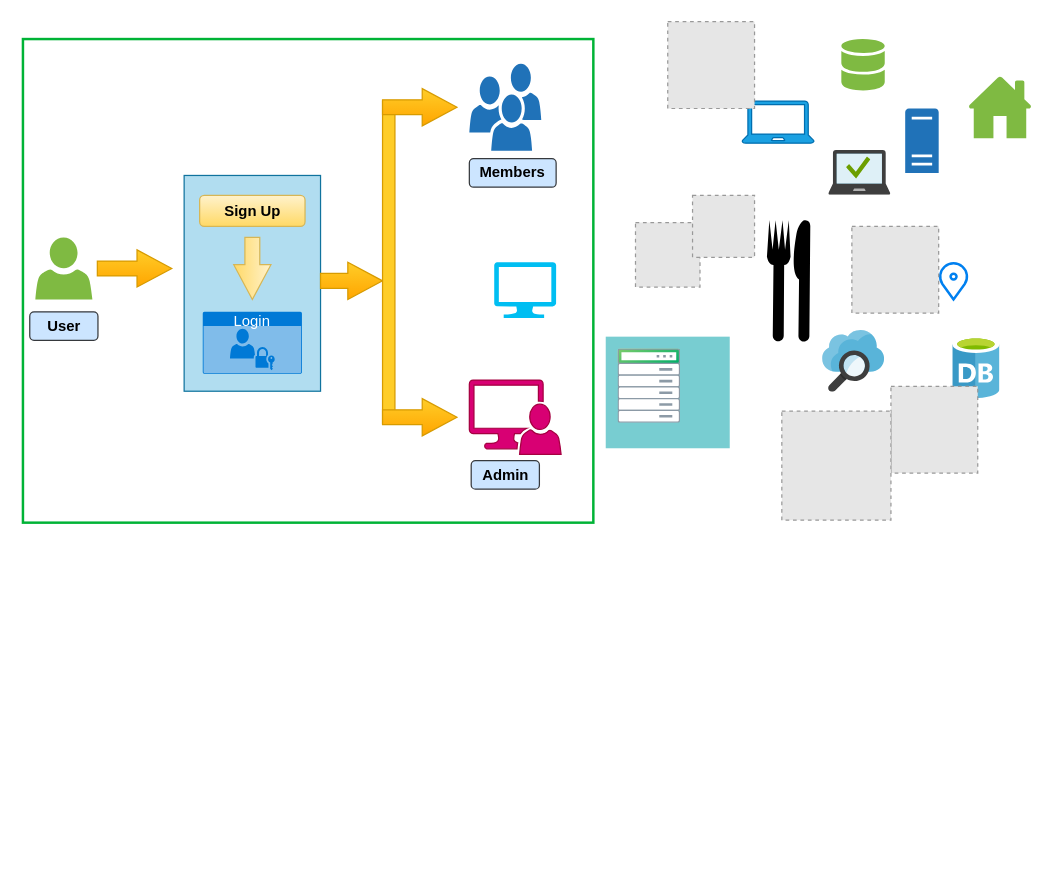
Earlier version of the draw.io diagram diagram.drawio (EkraBD/MyRep2). Source tidied: cells renumbered, new cells numbered last; positions are measured from the earlier drawing's top-left corner, leaving out a move shared by most shapes. Both pictures are drawn from the tidied source at 124%, with x=0, y=0 at pixel (22, 21). Pictures stored in the file or linked from it are replaced by grey dashed boxes.
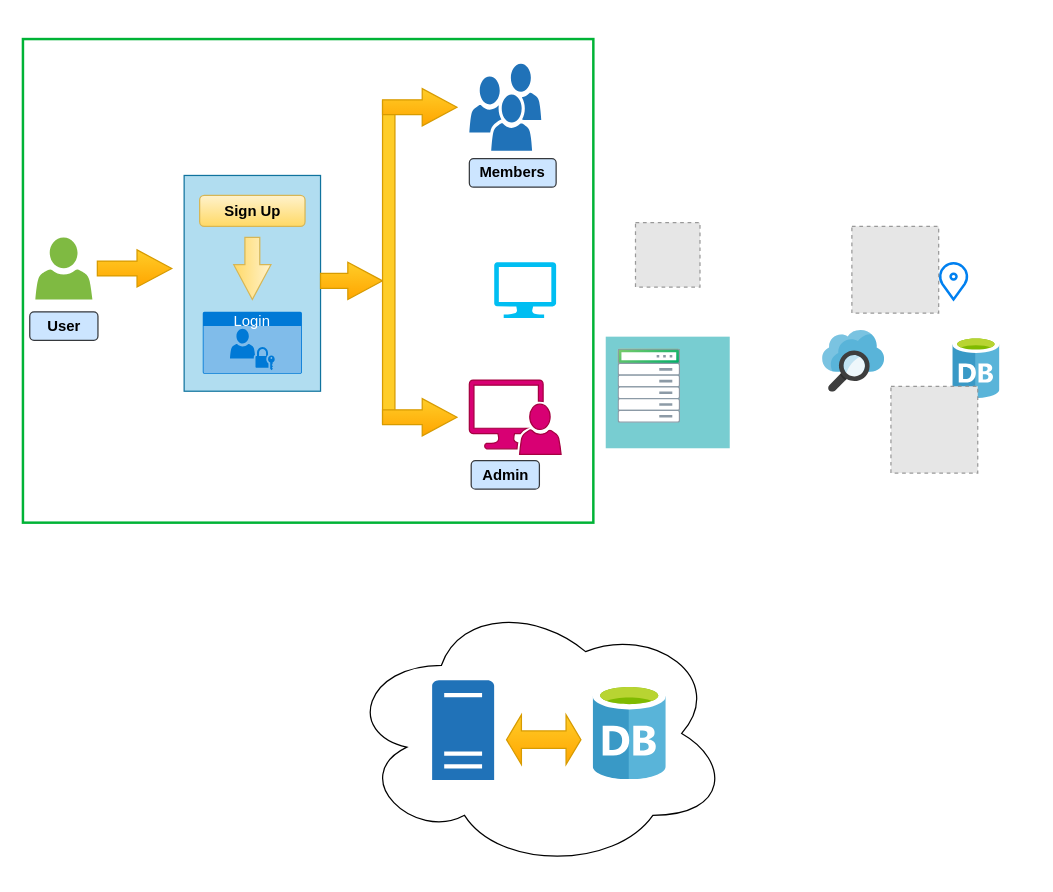
After the change.

What changed in the source:
```diff
@@
-    <mxCell id="3" style="sketch=0;shadow=0;dashed=0;html=1;strokeColor=none;labelPosition=center;verticalLabelPosition=bottom;verticalAlign=top;align=center;shape=mxgraph.office.concepts.home;fillColor=#7FBA42;" parent="1" vertex="1">
-      <mxGeometry x="762.5" y="44" width="51" height="50" as="geometry" />
-    </mxCell>
-    <mxCell id="4" style="sketch=0;shadow=0;dashed=0;html=1;strokeColor=none;labelPosition=center;verticalLabelPosition=bottom;verticalAlign=top;align=center;shape=mxgraph.office.databases.database_mini_2;fillColor=#7FBA42;" parent="1" vertex="1">
-      <mxGeometry x="660" y="14" width="35" height="42" as="geometry" />
-    </mxCell>
-    <mxCell id="5" style="sketch=0;shadow=0;dashed=0;html=1;strokeColor=#006EAF;fillColor=#1ba1e2;labelPosition=center;verticalLabelPosition=bottom;verticalAlign=top;align=center;shape=mxgraph.office.devices.laptop;fontColor=#ffffff;" parent="1" vertex="1">
-      <mxGeometry x="580" y="64" width="58" height="34" as="geometry" />
-    </mxCell>
-    <mxCell id="6" style="sketch=0;shadow=0;dashed=0;html=1;strokeColor=none;labelPosition=center;verticalLabelPosition=bottom;verticalAlign=top;align=center;shape=mxgraph.office.servers.server_generic;fillColor=#2072B8;" parent="1" vertex="1">
-      <mxGeometry x="711.5" y="70" width="27" height="52" as="geometry" />
-    </mxCell>
@@
-    <mxCell id="9" style="image;sketch=0;html=1;align=center;fontSize=12;image=img/lib/mscae/Managed_Desktop.svg;" parent="1" vertex="1">
-      <mxGeometry x="650" y="104" width="50" height="36" as="geometry" />
-    </mxCell>
@@
-    <mxCell id="18" style="shape=mxgraph.signs.food.restaurant_1;html=1;fillColor=#000000;strokeColor=none;verticalLabelPosition=bottom;verticalAlign=top;align=center;" parent="1" vertex="1">
-      <mxGeometry x="600" y="160" width="35" height="98" as="geometry" />
-    </mxCell>
@@
-    <mxCell id="21" style="fillColor=#E6E6E6;strokeColor=#999999;dashed=1;html=1;verticalAlign=top;verticalLabelPosition=bottom;labelBackgroundColor=#ffffff;" parent="1" vertex="1">
-      <mxGeometry x="612" y="314" width="88" height="88" as="geometry" />
-    </mxCell>
-    <mxCell id="22" style="fillColor=#E6E6E6;strokeColor=#999999;dashed=1;html=1;verticalAlign=top;verticalLabelPosition=bottom;labelBackgroundColor=#ffffff;" parent="1" vertex="1">
-      <mxGeometry x="520" width="70" height="70" as="geometry" />
-    </mxCell>
@@
-    <mxCell id="24" style="fillColor=#E6E6E6;strokeColor=#999999;dashed=1;html=1;verticalAlign=top;verticalLabelPosition=bottom;labelBackgroundColor=#ffffff;" parent="1" vertex="1">
-      <mxGeometry x="540" y="140" width="50" height="50" as="geometry" />
-    </mxCell>
@@
+    <mxCell id="37" style="ellipse;shape=cloud;whiteSpace=wrap;html=1;" parent="1" vertex="1">
+      <mxGeometry x="260" y="464" width="310" height="220" as="geometry" />
+    </mxCell>
+    <mxCell id="38" style="sketch=0;shadow=0;dashed=0;html=1;strokeColor=none;labelPosition=center;verticalLabelPosition=bottom;verticalAlign=top;align=center;shape=mxgraph.office.servers.server_generic;fillColor=#2072B8;" parent="1" vertex="1">
+      <mxGeometry x="330" y="531" width="50" height="80.5" as="geometry" />
+    </mxCell>
+    <mxCell id="39" style="image;sketch=0;html=1;align=center;fontSize=12;image=img/lib/mscae/Database_General.svg;" parent="1" vertex="1">
+      <mxGeometry x="460" y="534" width="58.9" height="77.5" as="geometry" />
+    </mxCell>
+    <mxCell id="40" style="html=1;shadow=0;dashed=0;align=center;verticalAlign=middle;shape=mxgraph.arrows2.twoWayArrow;dy=0.65;dx=12;fillColor=#ffcd28;strokeColor=#d79b00;gradientColor=#ffa500;" parent="1" vertex="1">
+      <mxGeometry x="390" y="559" width="60" height="40" as="geometry" />
+    </mxCell>
```
